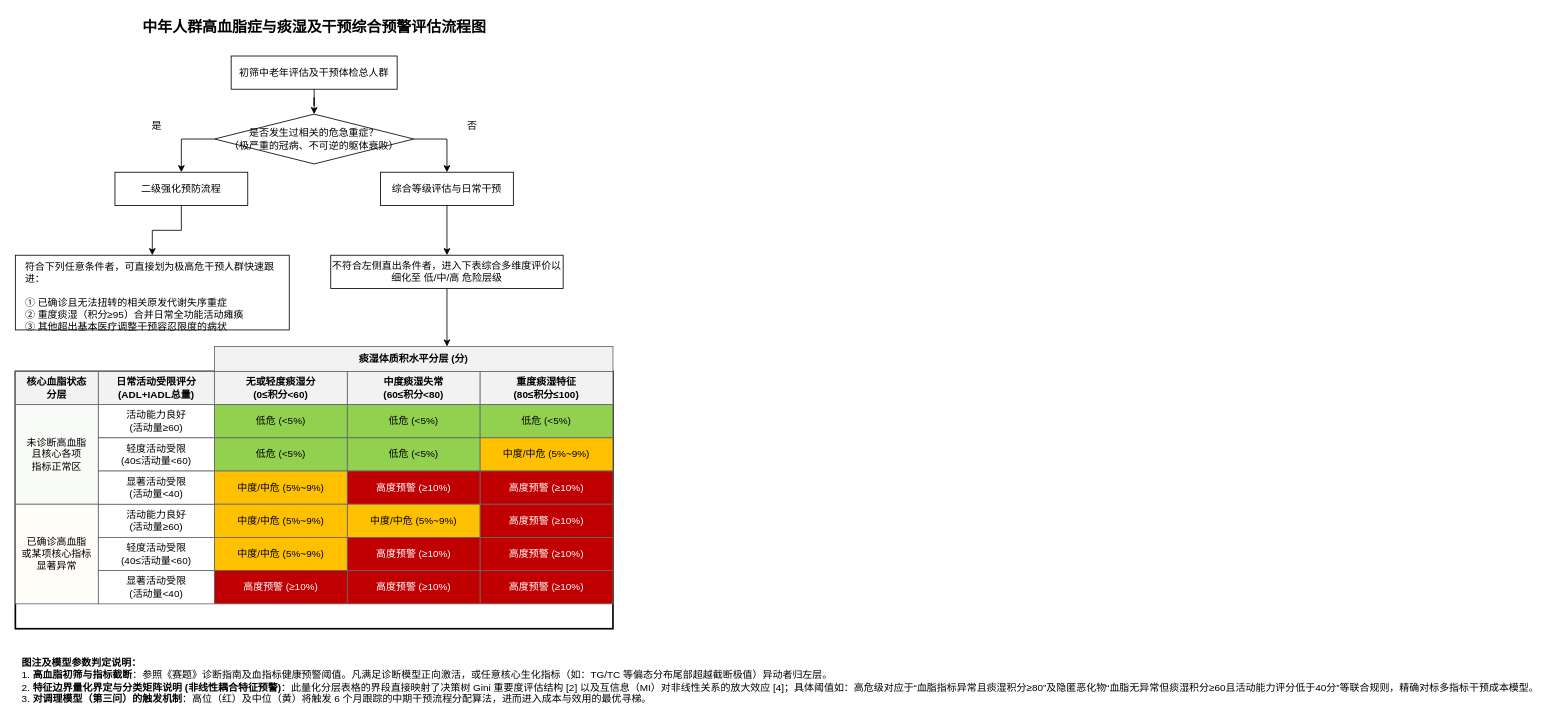
Above: MathorCup/基于风险分层的预警决策模型全图.drawio in Xs-Answers/MMC (draw.io), before the change. Source tidied: cells renumbered, new cells numbered last; positions are measured from the earlier drawing's top-left corner, leaving out a move shared by most shapes. Both pictures are drawn from the tidied source at 83%, with x=0, y=0 at pixel (15, 14).
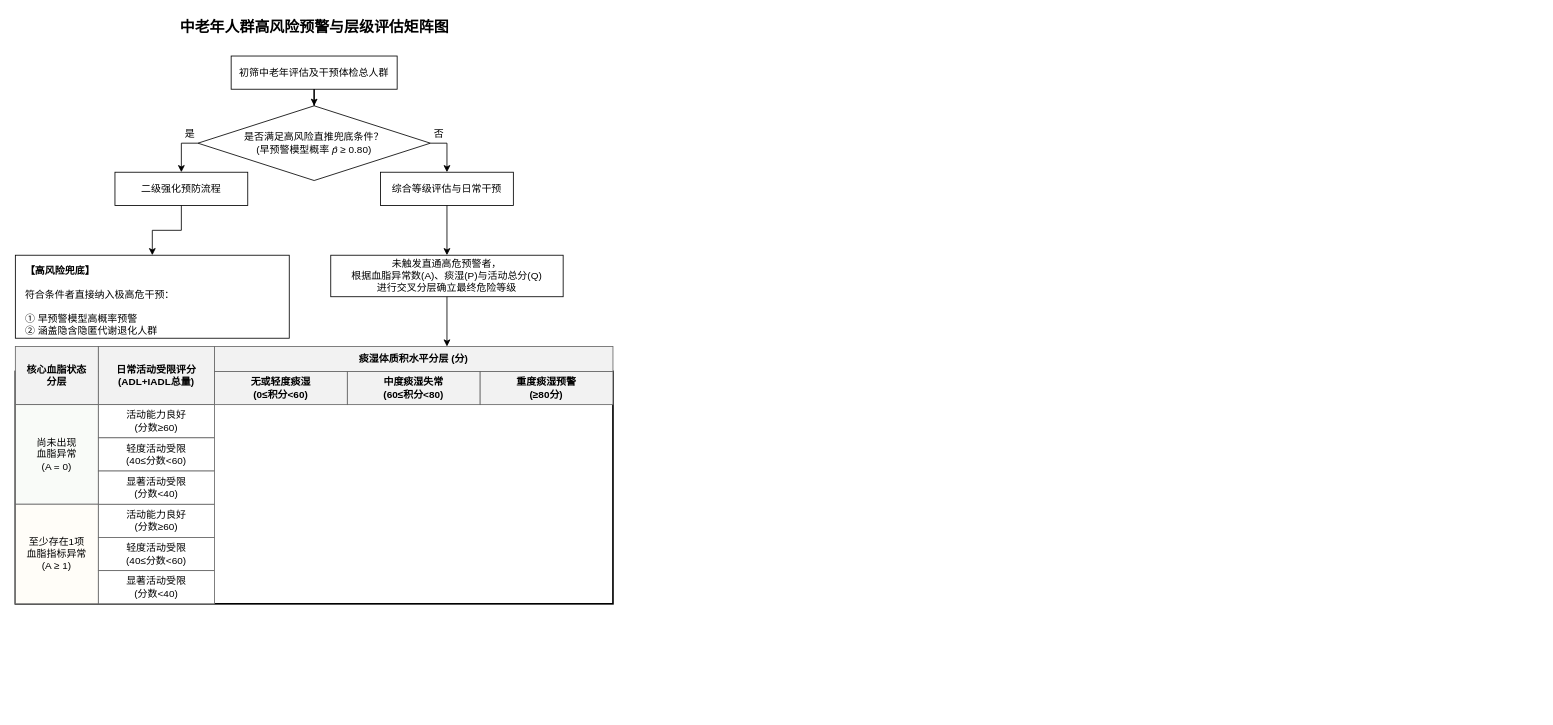
The same diagram, later.

Diff of the diagram source:
```diff
@@
-    <mxCell id="2" value="中年人群高血脂症与痰湿及干预综合预警评估流程图" style="text;html=1;align=center;verticalAlign=middle;strokeColor=none;fillColor=none;fontSize=18;fontStyle=1;" parent="1" vertex="1">
+    <mxCell id="2" value="中老年人群高风险预警与层级评估矩阵图" style="text;html=1;align=center;verticalAlign=middle;strokeColor=none;fillColor=none;fontSize=18;fontStyle=1;" parent="1" vertex="1">
       <mxGeometry x="160" width="400" height="30" as="geometry" />
     </mxCell>
@@
-    <mxCell id="4" value="是否发生过相关的危急重症？&#10;（极严重的冠病、不可逆的躯体衰败）" style="rhombus;whiteSpace=wrap;html=1;strokeColor=#000000;" parent="1" vertex="1">
-      <mxGeometry x="240" y="120" width="240" height="60" as="geometry" />
+    <mxCell id="4" value="是否满足高风险直推兜底条件？&lt;br&gt;(早预警模型概率 &lt;i&gt;p̂&lt;/i&gt; ≥ 0.80)" style="rhombus;whiteSpace=wrap;html=1;strokeColor=#000000;" parent="1" vertex="1">
+      <mxGeometry x="220" y="110" width="280" height="90" as="geometry" />
     </mxCell>
@@
     <mxCell id="6" value="是" style="text;html=1;align=center;" parent="1" vertex="1">
-      <mxGeometry x="150" y="120" width="40" height="20" as="geometry" />
+      <mxGeometry x="190" y="130" width="40" height="20" as="geometry" />
     </mxCell>
     <mxCell id="7" value="否" style="text;html=1;align=center;" parent="1" vertex="1">
-      <mxGeometry x="530" y="120" width="40" height="20" as="geometry" />
+      <mxGeometry x="490" y="130" width="40" height="20" as="geometry" />
     </mxCell>
@@
-    <mxCell id="12" value="符合下列任意条件者，可直接划为极高危干预人群快速跟进：&#10;&#10;① 已确诊且无法扭转的相关原发代谢失序重症&#10;② 重度痰湿（积分≥95）合并日常全功能活动瘫痪&#10;③ 其他超出基本医疗调整干预容忍限度的病状" style="shape=rectangle;whiteSpace=wrap;html=1;align=left;spacingLeft=10;spacingTop=10;fontStyle=0;" parent="1" vertex="1">
-      <mxGeometry y="290" width="330" height="90" as="geometry" />
+    <mxCell id="12" value="&lt;b&gt;【高风险兜底】&lt;/b&gt;&lt;br&gt;&lt;br&gt;符合条件者直接纳入极高危干预：&lt;br&gt;&lt;br&gt;① 早预警模型高概率预警&lt;br&gt;② 涵盖隐含隐匿代谢退化人群" style="shape=rectangle;whiteSpace=wrap;html=1;align=left;spacingLeft=10;spacingTop=10;fontStyle=0;" parent="1" vertex="1">
+      <mxGeometry y="290" width="330" height="100" as="geometry" />
     </mxCell>
@@
-    <mxCell id="14" value="不符合左侧直出条件者，进入下表综合多维度评价以细化至 低/中/高 危险层级" style="shape=rectangle;whiteSpace=wrap;html=1;align=center;fontStyle=0;" parent="1" vertex="1">
-      <mxGeometry x="380" y="290" width="280" height="40" as="geometry" />
+    <mxCell id="14" value="未触发直通高危预警者，&lt;br&gt;根据血脂异常数(A)、痰湿(P)与活动总分(Q)&lt;br&gt;进行交叉分层确立最终危险等级" style="shape=rectangle;whiteSpace=wrap;html=1;align=center;fontStyle=0;" parent="1" vertex="1">
+      <mxGeometry x="380" y="290" width="280" height="50" as="geometry" />
     </mxCell>
@@
     <mxCell id="18" style="rounded=0;whiteSpace=wrap;html=1;fillColor=none;strokeColor=#000000;strokeWidth=2;" parent="1" vertex="1">
-      <mxGeometry y="430" width="720" height="310" as="geometry" />
+      <mxGeometry y="430" width="720" height="280" as="geometry" />
     </mxCell>
@@
     <mxCell id="20" value="核心血脂状态&#10;分层" style="rounded=0;whiteSpace=wrap;html=1;strokeColor=#666666;fillColor=#f2f2f2;fontColor=#000000;fontStyle=1;align=center;verticalAlign=middle;" parent="1" vertex="1">
-      <mxGeometry y="430" width="100" height="40" as="geometry" />
+      <mxGeometry y="400" width="100" height="70" as="geometry" />
     </mxCell>
     <mxCell id="21" value="日常活动受限评分&#10;(ADL+IADL总量)" style="rounded=0;whiteSpace=wrap;html=1;strokeColor=#666666;fillColor=#f2f2f2;fontColor=#000000;fontStyle=1;align=center;verticalAlign=middle;" parent="1" vertex="1">
-      <mxGeometry x="100" y="430" width="140" height="40" as="geometry" />
+      <mxGeometry x="100" y="400" width="140" height="70" as="geometry" />
     </mxCell>
-    <mxCell id="22" value="无或轻度痰湿分&#10;(0≤积分&lt;60)" style="rounded=0;whiteSpace=wrap;html=1;strokeColor=#666666;fillColor=#f2f2f2;fontColor=#000000;fontStyle=1;align=center;verticalAlign=middle;" parent="1" vertex="1">
+    <mxCell id="22" value="无或轻度痰湿&#10;(0≤积分&lt;60)" style="rounded=0;whiteSpace=wrap;html=1;strokeColor=#666666;fillColor=#f2f2f2;fontColor=#000000;fontStyle=1;align=center;verticalAlign=middle;" parent="1" vertex="1">
       <mxGeometry x="240" y="430" width="160" height="40" as="geometry" />
     </mxCell>
@@
-    <mxCell id="24" value="重度痰湿特征&#10;(80≤积分≤100)" style="rounded=0;whiteSpace=wrap;html=1;strokeColor=#666666;fillColor=#f2f2f2;fontColor=#000000;fontStyle=1;align=center;verticalAlign=middle;" parent="1" vertex="1">
+    <mxCell id="24" value="重度痰湿预警&#10;(≥80分)" style="rounded=0;whiteSpace=wrap;html=1;strokeColor=#666666;fillColor=#f2f2f2;fontColor=#000000;fontStyle=1;align=center;verticalAlign=middle;" parent="1" vertex="1">
       <mxGeometry x="560" y="430" width="160" height="40" as="geometry" />
     </mxCell>
-    <mxCell id="25" value="未诊断高血脂&#10;且核心各项&#10;指标正常区" style="rounded=0;whiteSpace=wrap;html=1;strokeColor=#666666;fillColor=#ffffff;fontColor=#000000;align=center;verticalAlign=middle;fillColor=#f9fbf8;" parent="1" vertex="1">
+    <mxCell id="25" value="尚未出现&lt;br&gt;血脂异常&lt;br&gt;(A = 0)" style="rounded=0;whiteSpace=wrap;html=1;strokeColor=#666666;fillColor=#ffffff;fontColor=#000000;align=center;verticalAlign=middle;fillColor=#f9fbf8;" parent="1" vertex="1">
       <mxGeometry y="470" width="100" height="120" as="geometry" />
     </mxCell>
-    <mxCell id="26" value="已确诊高血脂&#10;或某项核心指标&#10;显著异常" style="rounded=0;whiteSpace=wrap;html=1;strokeColor=#666666;fillColor=#ffffff;fontColor=#000000;align=center;verticalAlign=middle;fillColor=#fffdf8;" parent="1" vertex="1">
+    <mxCell id="26" value="至少存在1项&lt;br&gt;血脂指标异常&lt;br&gt;(A ≥ 1)" style="rounded=0;whiteSpace=wrap;html=1;strokeColor=#666666;fillColor=#ffffff;fontColor=#000000;align=center;verticalAlign=middle;fillColor=#fffdf8;" parent="1" vertex="1">
       <mxGeometry y="590" width="100" height="120" as="geometry" />
     </mxCell>
-    <mxCell id="27" value="活动能力良好&#10;(活动量≥60)" style="rounded=0;whiteSpace=wrap;html=1;strokeColor=#666666;fillColor=#ffffff;fontColor=#000000;align=center;verticalAlign=middle;" parent="1" vertex="1">
+    <mxCell id="27" value="活动能力良好&#10;(分数≥60)" style="rounded=0;whiteSpace=wrap;html=1;strokeColor=#666666;fillColor=#ffffff;fontColor=#000000;align=center;verticalAlign=middle;" parent="1" vertex="1">
       <mxGeometry x="100" y="470" width="140" height="40" as="geometry" />
     </mxCell>
-    <mxCell id="28" value="活动能力良好&#10;(活动量≥60)" style="rounded=0;whiteSpace=wrap;html=1;strokeColor=#666666;fillColor=#ffffff;fontColor=#000000;align=center;verticalAlign=middle;" parent="1" vertex="1">
+    <mxCell id="28" value="活动能力良好&#10;(分数≥60)" style="rounded=0;whiteSpace=wrap;html=1;strokeColor=#666666;fillColor=#ffffff;fontColor=#000000;align=center;verticalAlign=middle;" parent="1" vertex="1">
       <mxGeometry x="100" y="590" width="140" height="40" as="geometry" />
     </mxCell>
-    <mxCell id="29" value="轻度活动受限&#10;(40≤活动量&lt;60)" style="rounded=0;whiteSpace=wrap;html=1;strokeColor=#666666;fillColor=#ffffff;fontColor=#000000;align=center;verticalAlign=middle;" parent="1" vertex="1">
+    <mxCell id="29" value="轻度活动受限&#10;(40≤分数&lt;60)" style="rounded=0;whiteSpace=wrap;html=1;strokeColor=#666666;fillColor=#ffffff;fontColor=#000000;align=center;verticalAlign=middle;" parent="1" vertex="1">
       <mxGeometry x="100" y="510" width="140" height="40" as="geometry" />
     </mxCell>
-    <mxCell id="30" value="轻度活动受限&#10;(40≤活动量&lt;60)" style="rounded=0;whiteSpace=wrap;html=1;strokeColor=#666666;fillColor=#ffffff;fontColor=#000000;align=center;verticalAlign=middle;" parent="1" vertex="1">
+    <mxCell id="30" value="轻度活动受限&#10;(40≤分数&lt;60)" style="rounded=0;whiteSpace=wrap;html=1;strokeColor=#666666;fillColor=#ffffff;fontColor=#000000;align=center;verticalAlign=middle;" parent="1" vertex="1">
       <mxGeometry x="100" y="630" width="140" height="40" as="geometry" />
     </mxCell>
-    <mxCell id="31" value="显著活动受限&#10;(活动量&lt;40)" style="rounded=0;whiteSpace=wrap;html=1;strokeColor=#666666;fillColor=#ffffff;fontColor=#000000;align=center;verticalAlign=middle;" parent="1" vertex="1">
+    <mxCell id="31" value="显著活动受限&#10;(分数&lt;40)" style="rounded=0;whiteSpace=wrap;html=1;strokeColor=#666666;fillColor=#ffffff;fontColor=#000000;align=center;verticalAlign=middle;" parent="1" vertex="1">
       <mxGeometry x="100" y="550" width="140" height="40" as="geometry" />
     </mxCell>
-    <mxCell id="32" value="显著活动受限&#10;(活动量&lt;40)" style="rounded=0;whiteSpace=wrap;html=1;strokeColor=#666666;fillColor=#ffffff;fontColor=#000000;align=center;verticalAlign=middle;" parent="1" vertex="1">
+    <mxCell id="32" value="显著活动受限&#10;(分数&lt;40)" style="rounded=0;whiteSpace=wrap;html=1;strokeColor=#666666;fillColor=#ffffff;fontColor=#000000;align=center;verticalAlign=middle;" parent="1" vertex="1">
       <mxGeometry x="100" y="670" width="140" height="40" as="geometry" />
     </mxCell>
-    <mxCell id="33" value="低危 (&lt;5%)" style="rounded=0;whiteSpace=wrap;html=1;strokeColor=#666666;fillColor=#92d050;fontColor=#000000;fontStyle=0;" parent="1" vertex="1">
-      <mxGeometry x="240" y="470" width="160" height="40" as="geometry" />
-    </mxCell>
-    <mxCell id="34" value="低危 (&lt;5%)" style="rounded=0;whiteSpace=wrap;html=1;strokeColor=#666666;fillColor=#92d050;fontColor=#000000;fontStyle=0;" parent="1" vertex="1">
-      <mxGeometry x="400" y="470" width="160" height="40" as="geometry" />
-    </mxCell>
-    <mxCell id="35" value="低危 (&lt;5%)" style="rounded=0;whiteSpace=wrap;html=1;strokeColor=#666666;fillColor=#92d050;fontColor=#000000;fontStyle=0;" parent="1" vertex="1">
-      <mxGeometry x="560" y="470" width="160" height="40" as="geometry" />
-    </mxCell>
-    <mxCell id="36" value="低危 (&lt;5%)" style="rounded=0;whiteSpace=wrap;html=1;strokeColor=#666666;fillColor=#92d050;fontColor=#000000;fontStyle=0;" parent="1" vertex="1">
-      <mxGeometry x="240" y="510" width="160" height="40" as="geometry" />
-    </mxCell>
-    <mxCell id="37" value="低危 (&lt;5%)" style="rounded=0;whiteSpace=wrap;html=1;strokeColor=#666666;fillColor=#92d050;fontColor=#000000;fontStyle=0;" parent="1" vertex="1">
-      <mxGeometry x="400" y="510" width="160" height="40" as="geometry" />
-    </mxCell>
-    <mxCell id="38" value="中度/中危 (5%~9%)" style="rounded=0;whiteSpace=wrap;html=1;strokeColor=#666666;fillColor=#ffc000;fontColor=#000000;fontStyle=0;" parent="1" vertex="1">
-      <mxGeometry x="560" y="510" width="160" height="40" as="geometry" />
-    </mxCell>
-    <mxCell id="39" value="中度/中危 (5%~9%)" style="rounded=0;whiteSpace=wrap;html=1;strokeColor=#666666;fillColor=#ffc000;fontColor=#000000;fontStyle=0;" parent="1" vertex="1">
-      <mxGeometry x="240" y="550" width="160" height="40" as="geometry" />
-    </mxCell>
-    <mxCell id="40" value="高度预警 (≥10%)" style="rounded=0;whiteSpace=wrap;html=1;strokeColor=#666666;fillColor=#c00000;fontColor=#ffffff;fontStyle=0;" parent="1" vertex="1">
-      <mxGeometry x="400" y="550" width="160" height="40" as="geometry" />
-    </mxCell>
-    <mxCell id="41" value="高度预警 (≥10%)" style="rounded=0;whiteSpace=wrap;html=1;strokeColor=#666666;fillColor=#c00000;fontColor=#ffffff;fontStyle=0;" parent="1" vertex="1">
-      <mxGeometry x="560" y="550" width="160" height="40" as="geometry" />
-    </mxCell>
-    <mxCell id="42" value="中度/中危 (5%~9%)" style="rounded=0;whiteSpace=wrap;html=1;strokeColor=#666666;fillColor=#ffc000;fontColor=#000000;fontStyle=0;" parent="1" vertex="1">
-      <mxGeometry x="240" y="590" width="160" height="40" as="geometry" />
-    </mxCell>
-    <mxCell id="43" value="中度/中危 (5%~9%)" style="rounded=0;whiteSpace=wrap;html=1;strokeColor=#666666;fillColor=#ffc000;fontColor=#000000;fontStyle=0;" parent="1" vertex="1">
-      <mxGeometry x="400" y="590" width="160" height="40" as="geometry" />
-    </mxCell>
-    <mxCell id="44" value="高度预警 (≥10%)" style="rounded=0;whiteSpace=wrap;html=1;strokeColor=#666666;fillColor=#c00000;fontColor=#ffffff;fontStyle=0;" parent="1" vertex="1">
-      <mxGeometry x="560" y="590" width="160" height="40" as="geometry" />
-    </mxCell>
-    <mxCell id="45" value="中度/中危 (5%~9%)" style="rounded=0;whiteSpace=wrap;html=1;strokeColor=#666666;fillColor=#ffc000;fontColor=#000000;fontStyle=0;" parent="1" vertex="1">
-      <mxGeometry x="240" y="630" width="160" height="40" as="geometry" />
-    </mxCell>
-    <mxCell id="46" value="高度预警 (≥10%)" style="rounded=0;whiteSpace=wrap;html=1;strokeColor=#666666;fillColor=#c00000;fontColor=#ffffff;fontStyle=0;" parent="1" vertex="1">
-      <mxGeometry x="400" y="630" width="160" height="40" as="geometry" />
-    </mxCell>
-    <mxCell id="47" value="高度预警 (≥10%)" style="rounded=0;whiteSpace=wrap;html=1;strokeColor=#666666;fillColor=#c00000;fontColor=#ffffff;fontStyle=0;" parent="1" vertex="1">
-      <mxGeometry x="560" y="630" width="160" height="40" as="geometry" />
-    </mxCell>
-    <mxCell id="48" value="高度预警 (≥10%)" style="rounded=0;whiteSpace=wrap;html=1;strokeColor=#666666;fillColor=#c00000;fontColor=#ffffff;fontStyle=0;" parent="1" vertex="1">
-      <mxGeometry x="240" y="670" width="160" height="40" as="geometry" />
-    </mxCell>
-    <mxCell id="49" value="高度预警 (≥10%)" style="rounded=0;whiteSpace=wrap;html=1;strokeColor=#666666;fillColor=#c00000;fontColor=#ffffff;fontStyle=0;" parent="1" vertex="1">
-      <mxGeometry x="400" y="670" width="160" height="40" as="geometry" />
-    </mxCell>
-    <mxCell id="50" value="高度预警 (≥10%)" style="rounded=0;whiteSpace=wrap;html=1;strokeColor=#666666;fillColor=#c00000;fontColor=#ffffff;fontStyle=0;" parent="1" vertex="1">
-      <mxGeometry x="560" y="670" width="160" height="40" as="geometry" />
-    </mxCell>
-    <mxCell id="51" value="&lt;b&gt;图注及模型参数判定说明：&lt;/b&gt;&lt;br&gt;1. &lt;b&gt;高血脂初筛与指标截断&lt;/b&gt;：参照《赛题》诊断指南及血指标健康预警阈值。凡满足诊断模型正向激活，或任意核心生化指标（如：TG/TC 等偏态分布尾部超越截断极值）异动者归左层。&lt;br&gt;2. &lt;b&gt;特征边界量化界定与分类矩阵说明 (非线性耦合特征预警)&lt;/b&gt;：此量化分层表格的界段直接映射了决策树 Gini 重要度评估结构 [2] 以及互信息（MI）对非线性关系的放大效应 [4]；具体阈值如：高危级对应于“血脂指标异常且痰湿积分≥80”及隐匿恶化物“血脂无异常但痰湿积分≥60且活动能力评分低于40分”等联合规则，精确对标多指标干预成本模型。&lt;br&gt;3. &lt;b&gt;对调理模型（第三问）的触发机制&lt;/b&gt;：高位（红）及中位（黄）将触发 6 个月跟踪的中期干预流程分配算法，进而进入成本与效用的最优寻梯。" style="text;html=1;align=left;verticalAlign=top;strokeColor=none;fillColor=none;fontSize=12;spacing=4;spacingTop=6;spacingLeft=4;" parent="1" vertex="1">
-      <mxGeometry y="760" width="720" height="80" as="geometry" />
-    </mxCell>
```
